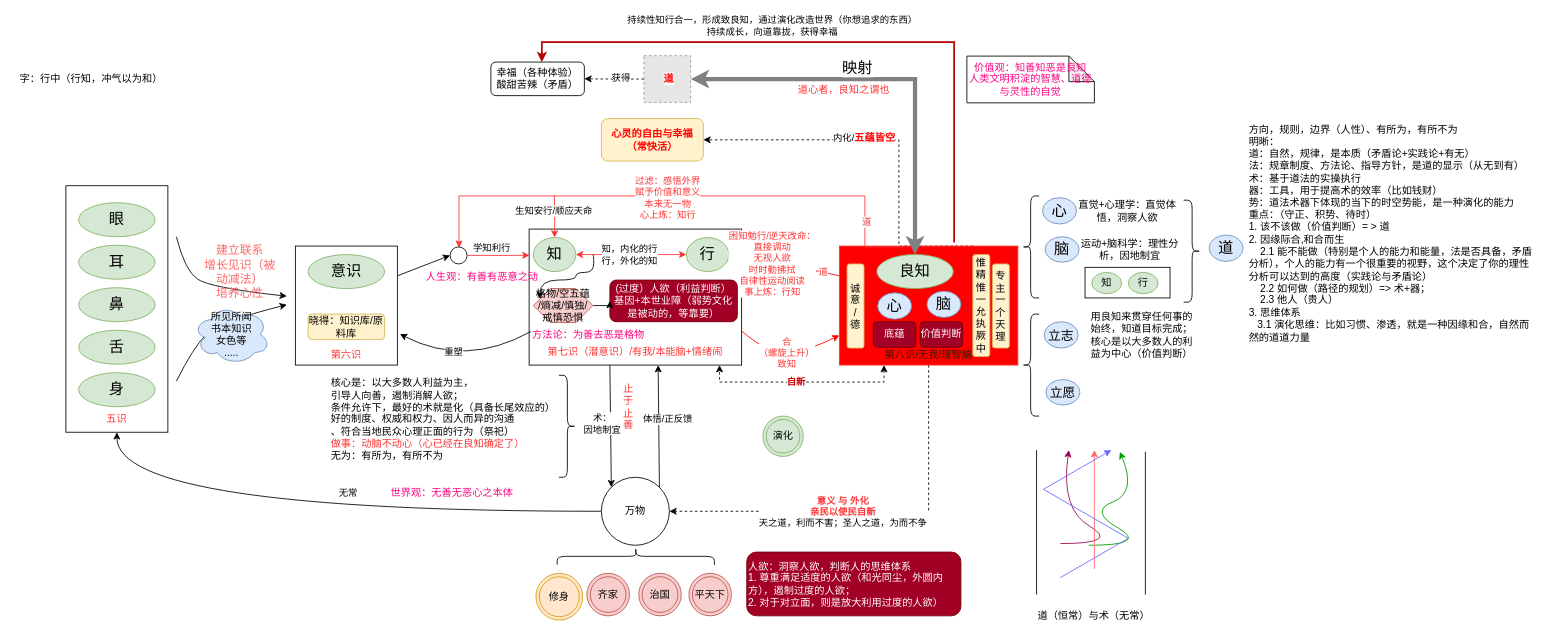
Earlier version of the draw.io diagram page "良知" (2 of 2) of xinxue.drawio (kason-huang/DrawIO). Source tidied: cells renumbered, new cells numbered last; positions are measured from the earlier drawing's top-left corner, leaving out a move shared by most shapes. Both pictures are drawn from the tidied source at 85%, with x=0, y=0 at pixel (14, 42). Pictures stored in the file or linked from it are replaced by grey dashed boxes.
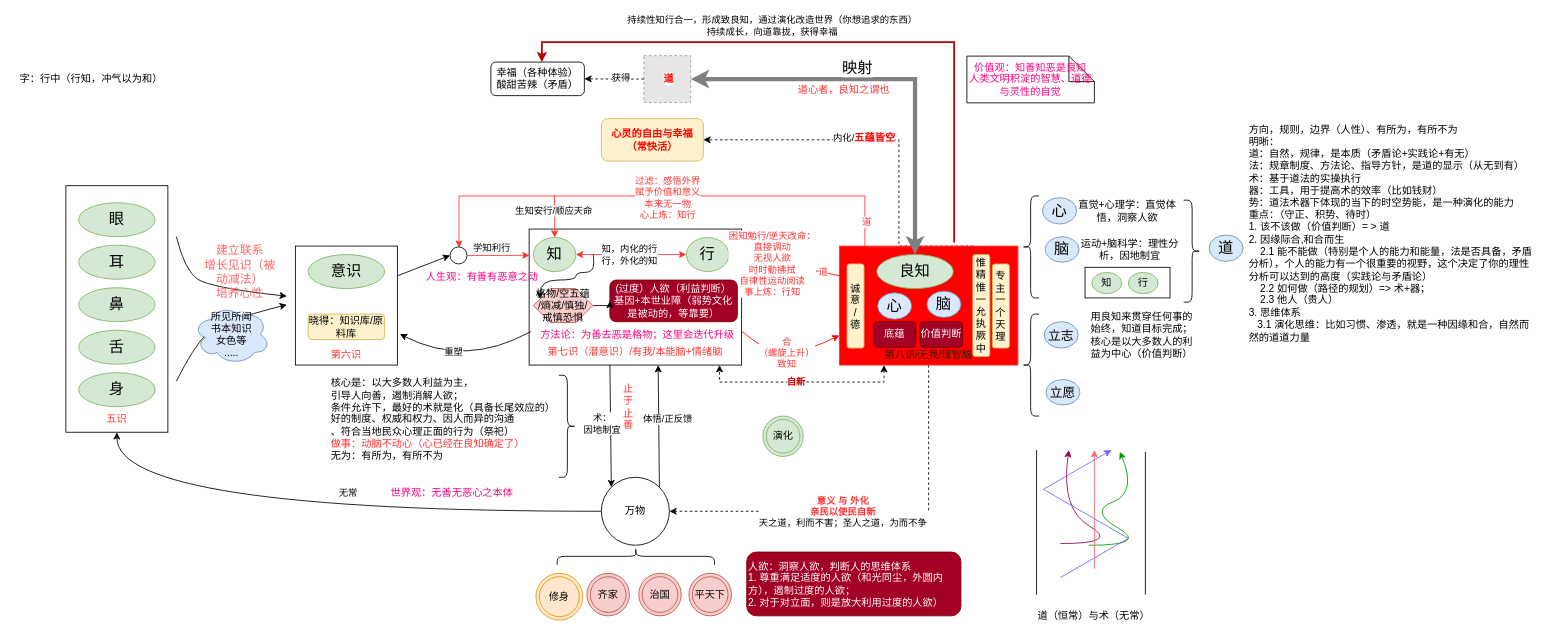
The same diagram, later.

Change to the diagram source:
```diff
@@
-    <mxCell id="15" value="&lt;br&gt;&lt;br&gt;&lt;br&gt;&lt;br&gt;&lt;br&gt;&lt;br&gt;&lt;br&gt;&lt;br&gt;&lt;br&gt;&lt;font color=&quot;#ff3333&quot;&gt;第七识（潜意识）/有我/本能脑+情绪闹&lt;/font&gt;" style="rounded=0;whiteSpace=wrap;html=1;" parent="1" vertex="1">
+    <mxCell id="15" value="&lt;br&gt;&lt;br&gt;&lt;br&gt;&lt;br&gt;&lt;br&gt;&lt;br&gt;&lt;br&gt;&lt;br&gt;&lt;br&gt;&lt;font color=&quot;#ff3333&quot;&gt;第七识（潜意识）/有我/本能脑+情绪脑&lt;/font&gt;" style="rounded=0;whiteSpace=wrap;html=1;" parent="1" vertex="1">
       <mxGeometry x="605" y="220" width="250" height="160" as="geometry" />
     </mxCell>
@@
-    <mxCell id="79" value="方法论：为善去恶是格物" style="text;html=1;align=center;verticalAlign=middle;whiteSpace=wrap;rounded=0;fontColor=#FF0080;" parent="1" vertex="1">
-      <mxGeometry x="605" y="330" width="140" height="30" as="geometry" />
+    <mxCell id="79" value="方法论：为善去恶是格物；这里会迭代升级" style="text;html=1;align=center;verticalAlign=middle;whiteSpace=wrap;rounded=0;fontColor=#FF0080;" parent="1" vertex="1">
+      <mxGeometry x="605" y="330" width="255" height="30" as="geometry" />
     </mxCell>
```
